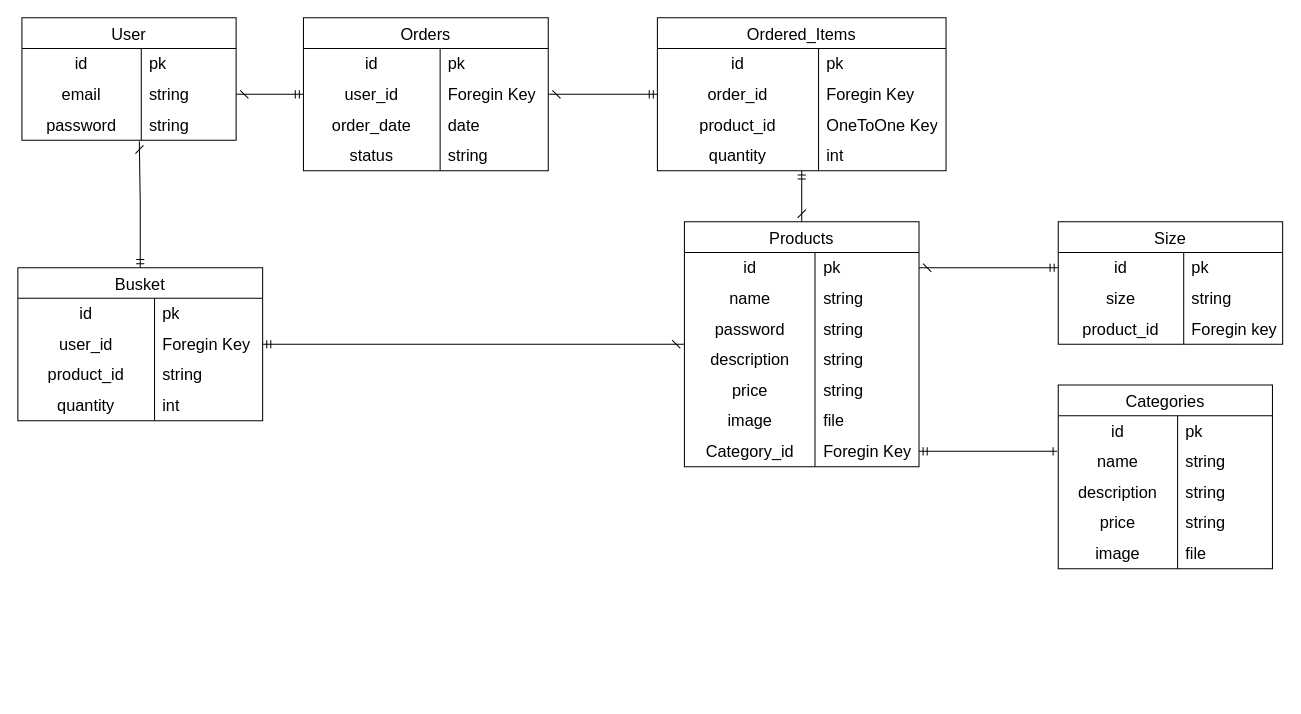
stonik02/Site_Greman keeps this draw.io diagram as diagrams/DB.drawio. Above is the earlier version. Source tidied: cells renumbered, new cells numbered last; positions are measured from the earlier drawing's top-left corner, leaving out a move shared by most shapes. Both pictures are drawn from the tidied source at 102%, with x=0, y=0 at pixel (17, 17).
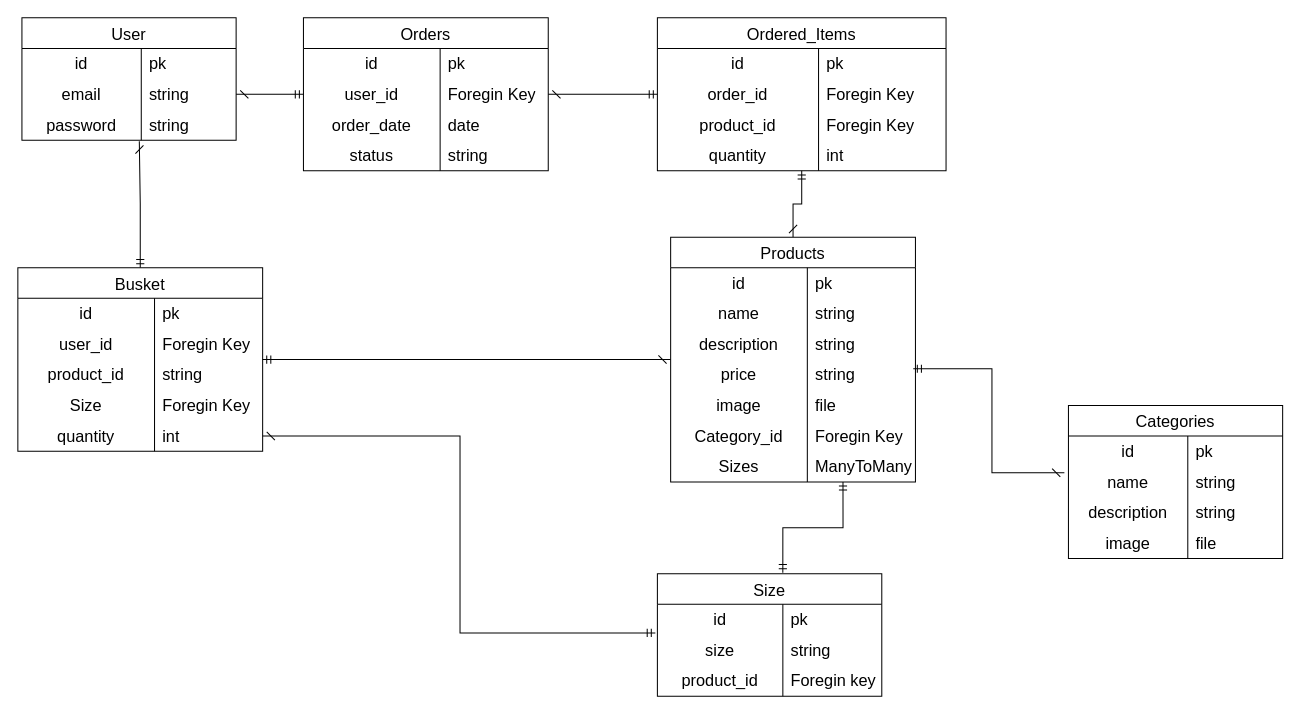
The same diagram, later.

Unchanged cells that the change refers to:
```xml
<mxCell id="37" style="shape=tableRow;horizontal=0;startSize=0;swimlaneHead=0;swimlaneBody=0;top=0;left=0;bottom=0;right=0;fillColor=none;points=[[0,0.5],[1,0.5]];portConstraint=eastwest;strokeColor=inherit;fontSize=16;" parent="36" vertex="1">
  <mxGeometry y="30" width="220" height="30" as="geometry" />
</mxCell>
<mxCell id="40" style="shape=tableRow;horizontal=0;startSize=0;swimlaneHead=0;swimlaneBody=0;top=0;left=0;bottom=0;right=0;fillColor=none;points=[[0,0.5],[1,0.5]];portConstraint=eastwest;strokeColor=inherit;fontSize=16;" parent="36" vertex="1">
  <mxGeometry y="60" width="220" height="30" as="geometry" />
</mxCell>
<mxCell id="50" style="shape=tableRow;horizontal=0;startSize=0;swimlaneHead=0;swimlaneBody=0;top=0;left=0;bottom=0;right=0;fillColor=none;points=[[0,0.5],[1,0.5]];portConstraint=eastwest;strokeColor=inherit;fontSize=16;" parent="46" vertex="1">
  <mxGeometry y="60" width="210" height="30" as="geometry" />
</mxCell>
<mxCell id="56" style="shape=tableRow;horizontal=0;startSize=0;swimlaneHead=0;swimlaneBody=0;top=0;left=0;bottom=0;right=0;fillColor=none;strokeColor=inherit;fontSize=16;" parent="46" vertex="1">
  <mxGeometry y="120" width="210" height="30" as="geometry" />
</mxCell>
<mxCell id="73" style="shape=tableRow;horizontal=0;startSize=0;swimlaneHead=0;swimlaneBody=0;top=0;left=0;bottom=0;right=0;fillColor=none;strokeColor=inherit;fontSize=16;" parent="63" vertex="1">
  <mxGeometry y="120" width="240" height="30" as="geometry" />
</mxCell>
<mxCell id="83" style="shape=tableRow;horizontal=0;startSize=0;swimlaneHead=0;swimlaneBody=0;top=0;left=0;bottom=0;right=0;fillColor=none;strokeColor=inherit;fontSize=16;" parent="76" vertex="1">
  <mxGeometry y="90" width="283" height="30" as="geometry" />
</mxCell>
```

Change to the diagram source:
```diff
@@
     <mxCell id="14" value="Products" style="shape=table;startSize=30;childLayout=tableLayout;rowLines=0;fontStyle=0;strokeColor=default;fontSize=16;" parent="1" vertex="1">
-      <mxGeometry x="653.5" y="200" width="230" height="240" as="geometry" />
+      <mxGeometry x="640" y="215" width="240" height="240" as="geometry" />
     </mxCell>
     <mxCell id="15" style="shape=tableRow;horizontal=0;startSize=0;swimlaneHead=0;swimlaneBody=0;top=0;left=0;bottom=0;right=0;fillColor=none;points=[[0,0.5],[1,0.5]];portConstraint=eastwest;strokeColor=inherit;fontSize=16;" parent="14" vertex="1">
-      <mxGeometry y="30" width="230" height="30" as="geometry" />
+      <mxGeometry y="30" width="240" height="30" as="geometry" />
     </mxCell>
     <mxCell id="16" value="id" style="shape=partialRectangle;html=1;whiteSpace=wrap;fillColor=none;top=0;left=0;bottom=0;right=0;overflow=hidden;strokeColor=inherit;fontSize=16;" parent="15" vertex="1">
-      <mxGeometry width="128" height="30" as="geometry" />
+      <mxGeometry width="134" height="30" as="geometry" />
     </mxCell>
     <mxCell id="17" value="pk" style="shape=partialRectangle;html=1;whiteSpace=wrap;fillColor=none;top=0;left=0;bottom=0;right=0;align=left;spacingLeft=6;overflow=hidden;strokeColor=inherit;fontSize=16;" parent="15" vertex="1">
-      <mxGeometry x="128" width="102" height="30" as="geometry" />
+      <mxGeometry x="134" width="106" height="30" as="geometry" />
     </mxCell>
     <mxCell id="18" style="shape=tableRow;horizontal=0;startSize=0;swimlaneHead=0;swimlaneBody=0;top=0;left=0;bottom=0;right=0;fillColor=none;strokeColor=inherit;fontSize=16;" parent="14" vertex="1">
-      <mxGeometry y="60" width="230" height="30" as="geometry" />
+      <mxGeometry y="60" width="240" height="30" as="geometry" />
     </mxCell>
     <mxCell id="19" value="name" style="shape=partialRectangle;html=1;whiteSpace=wrap;fillColor=none;top=0;left=0;bottom=0;right=0;overflow=hidden;strokeColor=inherit;fontSize=16;" parent="18" vertex="1">
-      <mxGeometry width="128" height="30" as="geometry" />
+      <mxGeometry width="134" height="30" as="geometry" />
     </mxCell>
     <mxCell id="20" value="string" style="shape=partialRectangle;html=1;whiteSpace=wrap;fillColor=none;top=0;left=0;bottom=0;right=0;align=left;spacingLeft=6;overflow=hidden;strokeColor=inherit;fontSize=16;" parent="18" vertex="1">
-      <mxGeometry x="128" width="102" height="30" as="geometry" />
+      <mxGeometry x="134" width="106" height="30" as="geometry" />
     </mxCell>
     <mxCell id="21" style="shape=tableRow;horizontal=0;startSize=0;swimlaneHead=0;swimlaneBody=0;top=0;left=0;bottom=0;right=0;fillColor=none;strokeColor=inherit;fontSize=16;" parent="14" vertex="1">
-      <mxGeometry y="90" width="230" height="30" as="geometry" />
+      <mxGeometry y="90" width="240" height="30" as="geometry" />
     </mxCell>
-    <mxCell id="22" value="password" style="shape=partialRectangle;html=1;whiteSpace=wrap;fillColor=none;top=0;left=0;bottom=0;right=0;overflow=hidden;strokeColor=inherit;fontSize=16;" parent="21" vertex="1">
-      <mxGeometry width="128" height="30" as="geometry" />
+    <mxCell id="22" value="description" style="shape=partialRectangle;html=1;whiteSpace=wrap;fillColor=none;top=0;left=0;bottom=0;right=0;overflow=hidden;strokeColor=inherit;fontSize=16;" parent="21" vertex="1">
+      <mxGeometry width="134" height="30" as="geometry" />
     </mxCell>
     <mxCell id="23" value="string" style="shape=partialRectangle;html=1;whiteSpace=wrap;fillColor=none;top=0;left=0;bottom=0;right=0;align=left;spacingLeft=6;overflow=hidden;strokeColor=inherit;fontSize=16;" parent="21" vertex="1">
-      <mxGeometry x="128" width="102" height="30" as="geometry" />
+      <mxGeometry x="134" width="106" height="30" as="geometry" />
     </mxCell>
     <mxCell id="24" style="shape=tableRow;horizontal=0;startSize=0;swimlaneHead=0;swimlaneBody=0;top=0;left=0;bottom=0;right=0;fillColor=none;points=[[0,0.5],[1,0.5]];portConstraint=eastwest;strokeColor=inherit;fontSize=16;" parent="14" vertex="1">
-      <mxGeometry y="120" width="230" height="30" as="geometry" />
+      <mxGeometry y="120" width="240" height="30" as="geometry" />
     </mxCell>
-    <mxCell id="25" value="description" style="shape=partialRectangle;html=1;whiteSpace=wrap;fillColor=none;top=0;left=0;bottom=0;right=0;overflow=hidden;strokeColor=inherit;fontSize=16;" parent="24" vertex="1">
-      <mxGeometry width="128" height="30" as="geometry" />
+    <mxCell id="25" value="price" style="shape=partialRectangle;html=1;whiteSpace=wrap;fillColor=none;top=0;left=0;bottom=0;right=0;overflow=hidden;strokeColor=inherit;fontSize=16;" parent="24" vertex="1">
+      <mxGeometry width="134" height="30" as="geometry" />
     </mxCell>
     <mxCell id="26" value="string" style="shape=partialRectangle;html=1;whiteSpace=wrap;fillColor=none;top=0;left=0;bottom=0;right=0;align=left;spacingLeft=6;overflow=hidden;strokeColor=inherit;fontSize=16;" parent="24" vertex="1">
-      <mxGeometry x="128" width="102" height="30" as="geometry" />
+      <mxGeometry x="134" width="106" height="30" as="geometry" />
     </mxCell>
     <mxCell id="27" style="shape=tableRow;horizontal=0;startSize=0;swimlaneHead=0;swimlaneBody=0;top=0;left=0;bottom=0;right=0;fillColor=none;strokeColor=inherit;fontSize=16;" parent="14" vertex="1">
-      <mxGeometry y="150" width="230" height="30" as="geometry" />
+      <mxGeometry y="150" width="240" height="30" as="geometry" />
     </mxCell>
-    <mxCell id="28" value="price" style="shape=partialRectangle;html=1;whiteSpace=wrap;fillColor=none;top=0;left=0;bottom=0;right=0;overflow=hidden;strokeColor=inherit;fontSize=16;" parent="27" vertex="1">
-      <mxGeometry width="128" height="30" as="geometry" />
+    <mxCell id="28" value="image" style="shape=partialRectangle;html=1;whiteSpace=wrap;fillColor=none;top=0;left=0;bottom=0;right=0;overflow=hidden;strokeColor=inherit;fontSize=16;" parent="27" vertex="1">
+      <mxGeometry width="134" height="30" as="geometry" />
     </mxCell>
-    <mxCell id="29" value="string" style="shape=partialRectangle;html=1;whiteSpace=wrap;fillColor=none;top=0;left=0;bottom=0;right=0;align=left;spacingLeft=6;overflow=hidden;strokeColor=inherit;fontSize=16;" parent="27" vertex="1">
-      <mxGeometry x="128" width="102" height="30" as="geometry" />
+    <mxCell id="29" value="file" style="shape=partialRectangle;html=1;whiteSpace=wrap;fillColor=none;top=0;left=0;bottom=0;right=0;align=left;spacingLeft=6;overflow=hidden;strokeColor=inherit;fontSize=16;" parent="27" vertex="1">
+      <mxGeometry x="134" width="106" height="30" as="geometry" />
     </mxCell>
     <mxCell id="30" style="shape=tableRow;horizontal=0;startSize=0;swimlaneHead=0;swimlaneBody=0;top=0;left=0;bottom=0;right=0;fillColor=none;strokeColor=inherit;fontSize=16;" parent="14" vertex="1">
-      <mxGeometry y="180" width="230" height="30" as="geometry" />
+      <mxGeometry y="180" width="240" height="30" as="geometry" />
     </mxCell>
-    <mxCell id="31" value="image" style="shape=partialRectangle;html=1;whiteSpace=wrap;fillColor=none;top=0;left=0;bottom=0;right=0;overflow=hidden;strokeColor=inherit;fontSize=16;" parent="30" vertex="1">
-      <mxGeometry width="128" height="30" as="geometry" />
+    <mxCell id="31" value="Category_id" style="shape=partialRectangle;html=1;whiteSpace=wrap;fillColor=none;top=0;left=0;bottom=0;right=0;overflow=hidden;strokeColor=inherit;fontSize=16;" parent="30" vertex="1">
+      <mxGeometry width="134" height="30" as="geometry" />
     </mxCell>
-    <mxCell id="32" value="file" style="shape=partialRectangle;html=1;whiteSpace=wrap;fillColor=none;top=0;left=0;bottom=0;right=0;align=left;spacingLeft=6;overflow=hidden;strokeColor=inherit;fontSize=16;" parent="30" vertex="1">
-      <mxGeometry x="128" width="102" height="30" as="geometry" />
+    <mxCell id="32" value="Foregin Key" style="shape=partialRectangle;html=1;whiteSpace=wrap;fillColor=none;top=0;left=0;bottom=0;right=0;align=left;spacingLeft=6;overflow=hidden;strokeColor=inherit;fontSize=16;" parent="30" vertex="1">
+      <mxGeometry x="134" width="106" height="30" as="geometry" />
     </mxCell>
-    <mxCell id="33" style="shape=tableRow;horizontal=0;startSize=0;swimlaneHead=0;swimlaneBody=0;top=0;left=0;bottom=0;right=0;fillColor=none;points=[[0,0.5],[1,0.5]];portConstraint=eastwest;strokeColor=inherit;fontSize=16;" parent="14" vertex="1">
-      <mxGeometry y="210" width="230" height="30" as="geometry" />
-    </mxCell>
-    <mxCell id="34" value="Category_id" style="shape=partialRectangle;html=1;whiteSpace=wrap;fillColor=none;top=0;left=0;bottom=0;right=0;overflow=hidden;strokeColor=inherit;fontSize=16;" parent="33" vertex="1">
-      <mxGeometry width="128" height="30" as="geometry" />
-    </mxCell>
-    <mxCell id="35" value="Foregin Key" style="shape=partialRectangle;html=1;whiteSpace=wrap;fillColor=none;top=0;left=0;bottom=0;right=0;align=left;spacingLeft=6;overflow=hidden;strokeColor=inherit;fontSize=16;" parent="33" vertex="1">
-      <mxGeometry x="128" width="102" height="30" as="geometry" />
-    </mxCell>
+    <mxCell id="106" style="shape=tableRow;horizontal=0;startSize=0;swimlaneHead=0;swimlaneBody=0;top=0;left=0;bottom=0;right=0;fillColor=none;points=[[0,0.5],[1,0.5]];portConstraint=eastwest;strokeColor=inherit;fontSize=16;" parent="14" vertex="1">
+      <mxGeometry y="210" width="240" height="30" as="geometry" />
+    </mxCell>
+    <mxCell id="107" value="Sizes" style="shape=partialRectangle;html=1;whiteSpace=wrap;fillColor=none;top=0;left=0;bottom=0;right=0;overflow=hidden;strokeColor=inherit;fontSize=16;" parent="106" vertex="1">
+      <mxGeometry width="134" height="30" as="geometry" />
+    </mxCell>
+    <mxCell id="108" value="ManyToMany" style="shape=partialRectangle;html=1;whiteSpace=wrap;fillColor=none;top=0;left=0;bottom=0;right=0;align=left;spacingLeft=6;overflow=hidden;strokeColor=inherit;fontSize=16;" parent="106" vertex="1">
+      <mxGeometry x="134" width="106" height="30" as="geometry" />
+    </mxCell>
     <mxCell id="36" value="Size" style="shape=table;startSize=30;childLayout=tableLayout;rowLines=0;fontStyle=0;strokeColor=default;fontSize=16;" parent="1" vertex="1">
-      <mxGeometry x="1020" y="200" width="220" height="120" as="geometry" />
+      <mxGeometry x="627" y="545" width="220" height="120" as="geometry" />
     </mxCell>
@@
     <mxCell id="46" value="Categories" style="shape=table;startSize=30;childLayout=tableLayout;rowLines=0;fontStyle=0;strokeColor=default;fontSize=16;" parent="1" vertex="1">
-      <mxGeometry x="1020" y="360" width="210" height="180" as="geometry" />
+      <mxGeometry x="1030" y="380" width="210" height="150" as="geometry" />
     </mxCell>
@@
-    <mxCell id="57" value="price" style="shape=partialRectangle;html=1;whiteSpace=wrap;fillColor=none;top=0;left=0;bottom=0;right=0;overflow=hidden;strokeColor=inherit;fontSize=16;" parent="56" vertex="1">
+    <mxCell id="57" value="image" style="shape=partialRectangle;html=1;whiteSpace=wrap;fillColor=none;top=0;left=0;bottom=0;right=0;overflow=hidden;strokeColor=inherit;fontSize=16;" parent="56" vertex="1">
       <mxGeometry width="117" height="30" as="geometry" />
     </mxCell>
-    <mxCell id="58" value="string" style="shape=partialRectangle;html=1;whiteSpace=wrap;fillColor=none;top=0;left=0;bottom=0;right=0;align=left;spacingLeft=6;overflow=hidden;strokeColor=inherit;fontSize=16;" parent="56" vertex="1">
+    <mxCell id="58" value="file" style="shape=partialRectangle;html=1;whiteSpace=wrap;fillColor=none;top=0;left=0;bottom=0;right=0;align=left;spacingLeft=6;overflow=hidden;strokeColor=inherit;fontSize=16;" parent="56" vertex="1">
       <mxGeometry x="117" width="93" height="30" as="geometry" />
     </mxCell>
-    <mxCell id="59" style="shape=tableRow;horizontal=0;startSize=0;swimlaneHead=0;swimlaneBody=0;top=0;left=0;bottom=0;right=0;fillColor=none;strokeColor=inherit;fontSize=16;" parent="46" vertex="1">
-      <mxGeometry y="150" width="210" height="30" as="geometry" />
-    </mxCell>
-    <mxCell id="60" value="image" style="shape=partialRectangle;html=1;whiteSpace=wrap;fillColor=none;top=0;left=0;bottom=0;right=0;overflow=hidden;strokeColor=inherit;fontSize=16;" parent="59" vertex="1">
-      <mxGeometry width="117" height="30" as="geometry" />
-    </mxCell>
-    <mxCell id="61" value="file" style="shape=partialRectangle;html=1;whiteSpace=wrap;fillColor=none;top=0;left=0;bottom=0;right=0;align=left;spacingLeft=6;overflow=hidden;strokeColor=inherit;fontSize=16;" parent="59" vertex="1">
-      <mxGeometry x="117" width="93" height="30" as="geometry" />
-    </mxCell>
@@
     <mxCell id="63" value="Busket" style="shape=table;startSize=30;childLayout=tableLayout;rowLines=0;fontStyle=0;strokeColor=default;fontSize=16;" parent="1" vertex="1">
-      <mxGeometry y="245" width="240" height="150" as="geometry" />
+      <mxGeometry y="245" width="240" height="180" as="geometry" />
     </mxCell>
@@
-    <mxCell id="74" value="quantity" style="shape=partialRectangle;html=1;whiteSpace=wrap;fillColor=none;top=0;left=0;bottom=0;right=0;overflow=hidden;strokeColor=inherit;fontSize=16;" parent="73" vertex="1">
+    <mxCell id="74" value="Size" style="shape=partialRectangle;html=1;whiteSpace=wrap;fillColor=none;top=0;left=0;bottom=0;right=0;overflow=hidden;strokeColor=inherit;fontSize=16;" parent="73" vertex="1">
       <mxGeometry width="134" height="30" as="geometry" />
     </mxCell>
-    <mxCell id="75" value="int" style="shape=partialRectangle;html=1;whiteSpace=wrap;fillColor=none;top=0;left=0;bottom=0;right=0;align=left;spacingLeft=6;overflow=hidden;strokeColor=inherit;fontSize=16;" parent="73" vertex="1">
+    <mxCell id="75" value="Foregin Key" style="shape=partialRectangle;html=1;whiteSpace=wrap;fillColor=none;top=0;left=0;bottom=0;right=0;align=left;spacingLeft=6;overflow=hidden;strokeColor=inherit;fontSize=16;" parent="73" vertex="1">
       <mxGeometry x="134" width="106" height="30" as="geometry" />
     </mxCell>
+    <mxCell id="109" style="shape=tableRow;horizontal=0;startSize=0;swimlaneHead=0;swimlaneBody=0;top=0;left=0;bottom=0;right=0;fillColor=none;points=[[0,0.5],[1,0.5]];portConstraint=eastwest;strokeColor=inherit;fontSize=16;" parent="63" vertex="1">
+      <mxGeometry y="150" width="240" height="30" as="geometry" />
+    </mxCell>
+    <mxCell id="110" value="quantity" style="shape=partialRectangle;html=1;whiteSpace=wrap;fillColor=none;top=0;left=0;bottom=0;right=0;overflow=hidden;strokeColor=inherit;fontSize=16;" parent="109" vertex="1">
+      <mxGeometry width="134" height="30" as="geometry" />
+    </mxCell>
+    <mxCell id="111" value="int" style="shape=partialRectangle;html=1;whiteSpace=wrap;fillColor=none;top=0;left=0;bottom=0;right=0;align=left;spacingLeft=6;overflow=hidden;strokeColor=inherit;fontSize=16;" parent="109" vertex="1">
+      <mxGeometry x="134" width="106" height="30" as="geometry" />
+    </mxCell>
@@
-    <mxCell id="85" value="OneToOne Key" style="shape=partialRectangle;html=1;whiteSpace=wrap;fillColor=none;top=0;left=0;bottom=0;right=0;align=left;spacingLeft=6;overflow=hidden;strokeColor=inherit;fontSize=16;" parent="83" vertex="1">
+    <mxCell id="85" value="Foregin Key" style="shape=partialRectangle;html=1;whiteSpace=wrap;fillColor=none;top=0;left=0;bottom=0;right=0;align=left;spacingLeft=6;overflow=hidden;strokeColor=inherit;fontSize=16;" parent="83" vertex="1">
       <mxGeometry x="158" width="125" height="30" as="geometry" />
     </mxCell>
@@
-    <mxCell id="104" style="edgeStyle=orthogonalEdgeStyle;rounded=0;jettySize=auto;html=1;exitX=1;exitY=0.5;exitDx=0;exitDy=0;entryX=-0.005;entryY=0.167;entryDx=0;entryDy=0;entryPerimeter=0;endArrow=ERone;endFill=0;startArrow=ERmandOne;startFill=0;" parent="1" edge="1" source="33" target="50">
+    <mxCell id="104" style="edgeStyle=orthogonalEdgeStyle;rounded=0;jettySize=auto;html=1;exitX=1;exitY=0.5;exitDx=0;exitDy=0;entryX=-0.005;entryY=0.167;entryDx=0;entryDy=0;entryPerimeter=0;endArrow=ERone;endFill=0;startArrow=ERmandOne;startFill=0;" parent="1" edge="1" target="50">
       <mxGeometry relative="1" as="geometry" />
     </mxCell>
-    <mxCell id="105" style="edgeStyle=orthogonalEdgeStyle;rounded=0;jettySize=auto;html=1;exitX=1;exitY=0.5;exitDx=0;exitDy=0;entryX=0;entryY=0.5;entryDx=0;entryDy=0;endArrow=ERmandOne;endFill=0;startArrow=dash;startFill=0;" parent="1" edge="1" source="15" target="37">
+    <mxCell id="105" style="edgeStyle=orthogonalEdgeStyle;rounded=0;jettySize=auto;html=1;entryX=0.704;entryY=1;entryDx=0;entryDy=0;endArrow=ERmandOne;endFill=0;startArrow=ERmandOne;startFill=0;entryPerimeter=0;exitX=0.559;exitY=-0.008;exitDx=0;exitDy=0;exitPerimeter=0;" parent="1" edge="1" source="36" target="106">
       <mxGeometry relative="1" as="geometry" />
     </mxCell>
+    <mxCell id="112" style="edgeStyle=orthogonalEdgeStyle;rounded=0;jettySize=auto;html=1;exitX=-0.019;exitY=0.2;exitDx=0;exitDy=0;entryX=0.991;entryY=0.3;entryDx=0;entryDy=0;endArrow=ERmandOne;endFill=0;startArrow=dash;startFill=0;exitPerimeter=0;entryPerimeter=0;" parent="1" edge="1" source="50" target="24">
+      <mxGeometry relative="1" as="geometry" />
+    </mxCell>
+    <mxCell id="113" style="edgeStyle=orthogonalEdgeStyle;rounded=0;jettySize=auto;html=1;exitX=1;exitY=0.5;exitDx=0;exitDy=0;endArrow=ERmandOne;endFill=0;startArrow=dash;startFill=0;entryX=-0.009;entryY=-0.067;entryDx=0;entryDy=0;entryPerimeter=0;" parent="1" edge="1" source="109" target="40">
+      <mxGeometry relative="1" as="geometry" />
+    </mxCell>
```
